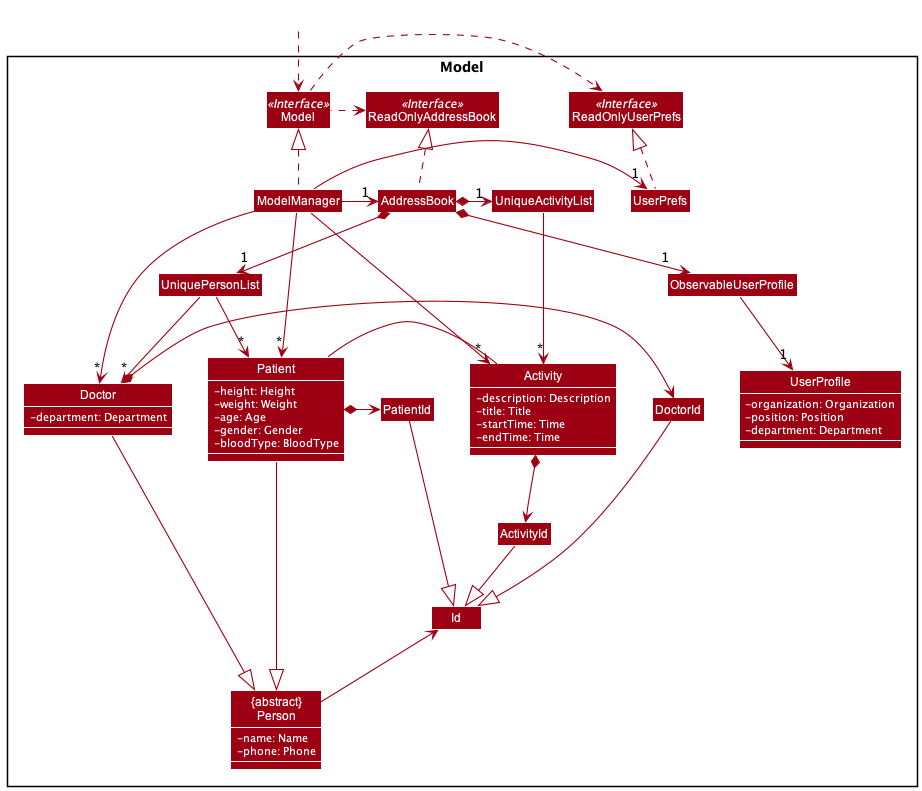
This is docs/images/ModelClassDiagram.png from simonjulianl/tp, a PlantUML export, as it was before one commit.
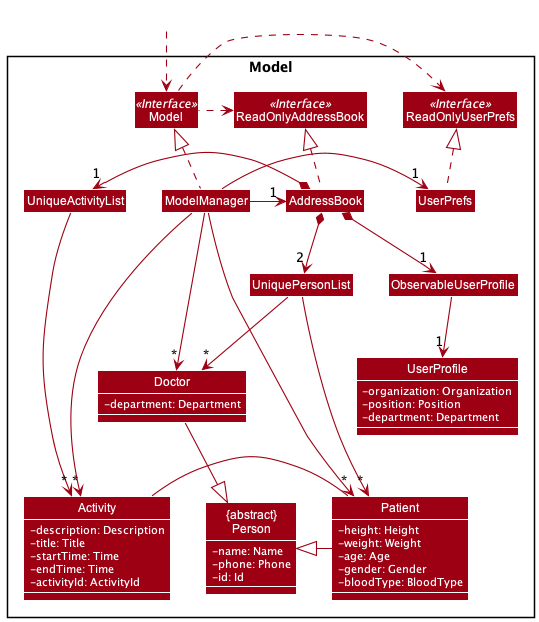
The same diagram one commit later.

Commit message:
Remove second model class diagram

What changed in the source:
```diff
@@ -11,6 +11,7 @@
 class "{abstract}\nPerson" as Person {
     -name: Name
     -phone: Phone
+    -id: Id
 }
 
 Interface ReadOnlyAddressBook <<Interface>>
@@ -24,11 +25,6 @@
 Class UserPrefs
 Class ReadOnlyUserPrefs
 
-Class Id
-Class ActivityId
-Class DoctorId
-Class PatientId
-
 Class UniquePersonList
 Class UniqueActivityList
 Class ObservableUserProfile
@@ -38,6 +34,7 @@
     -title: Title
     -startTime: Time
     -endTime: Time
+    -activityId: ActivityId
 }
 Class Patient {
     -height: Height
@@ -77,7 +74,7 @@
 
 AddressBook *-left-> "1" UniqueActivityList
 AddressBook *-down-> "1" ObservableUserProfile
-AddressBook *--> "1" UniquePersonList
+AddressBook *--> "2" UniquePersonList
 
 ObservableUserProfile --> "1" UserProfile
 
@@ -85,15 +82,7 @@
 UniquePersonList --> "*" Doctor
 
 Patient -left-|> Person
-Patient *-left-> PatientId
 Doctor --|> Person
-Doctor *-left-> DoctorId
-Activity *--> ActivityId
-
-Person -up-> Id
-PatientId --|> Id
-DoctorId --|> Id
-ActivityId --|> Id
 
 Patient - Activity
 
```
